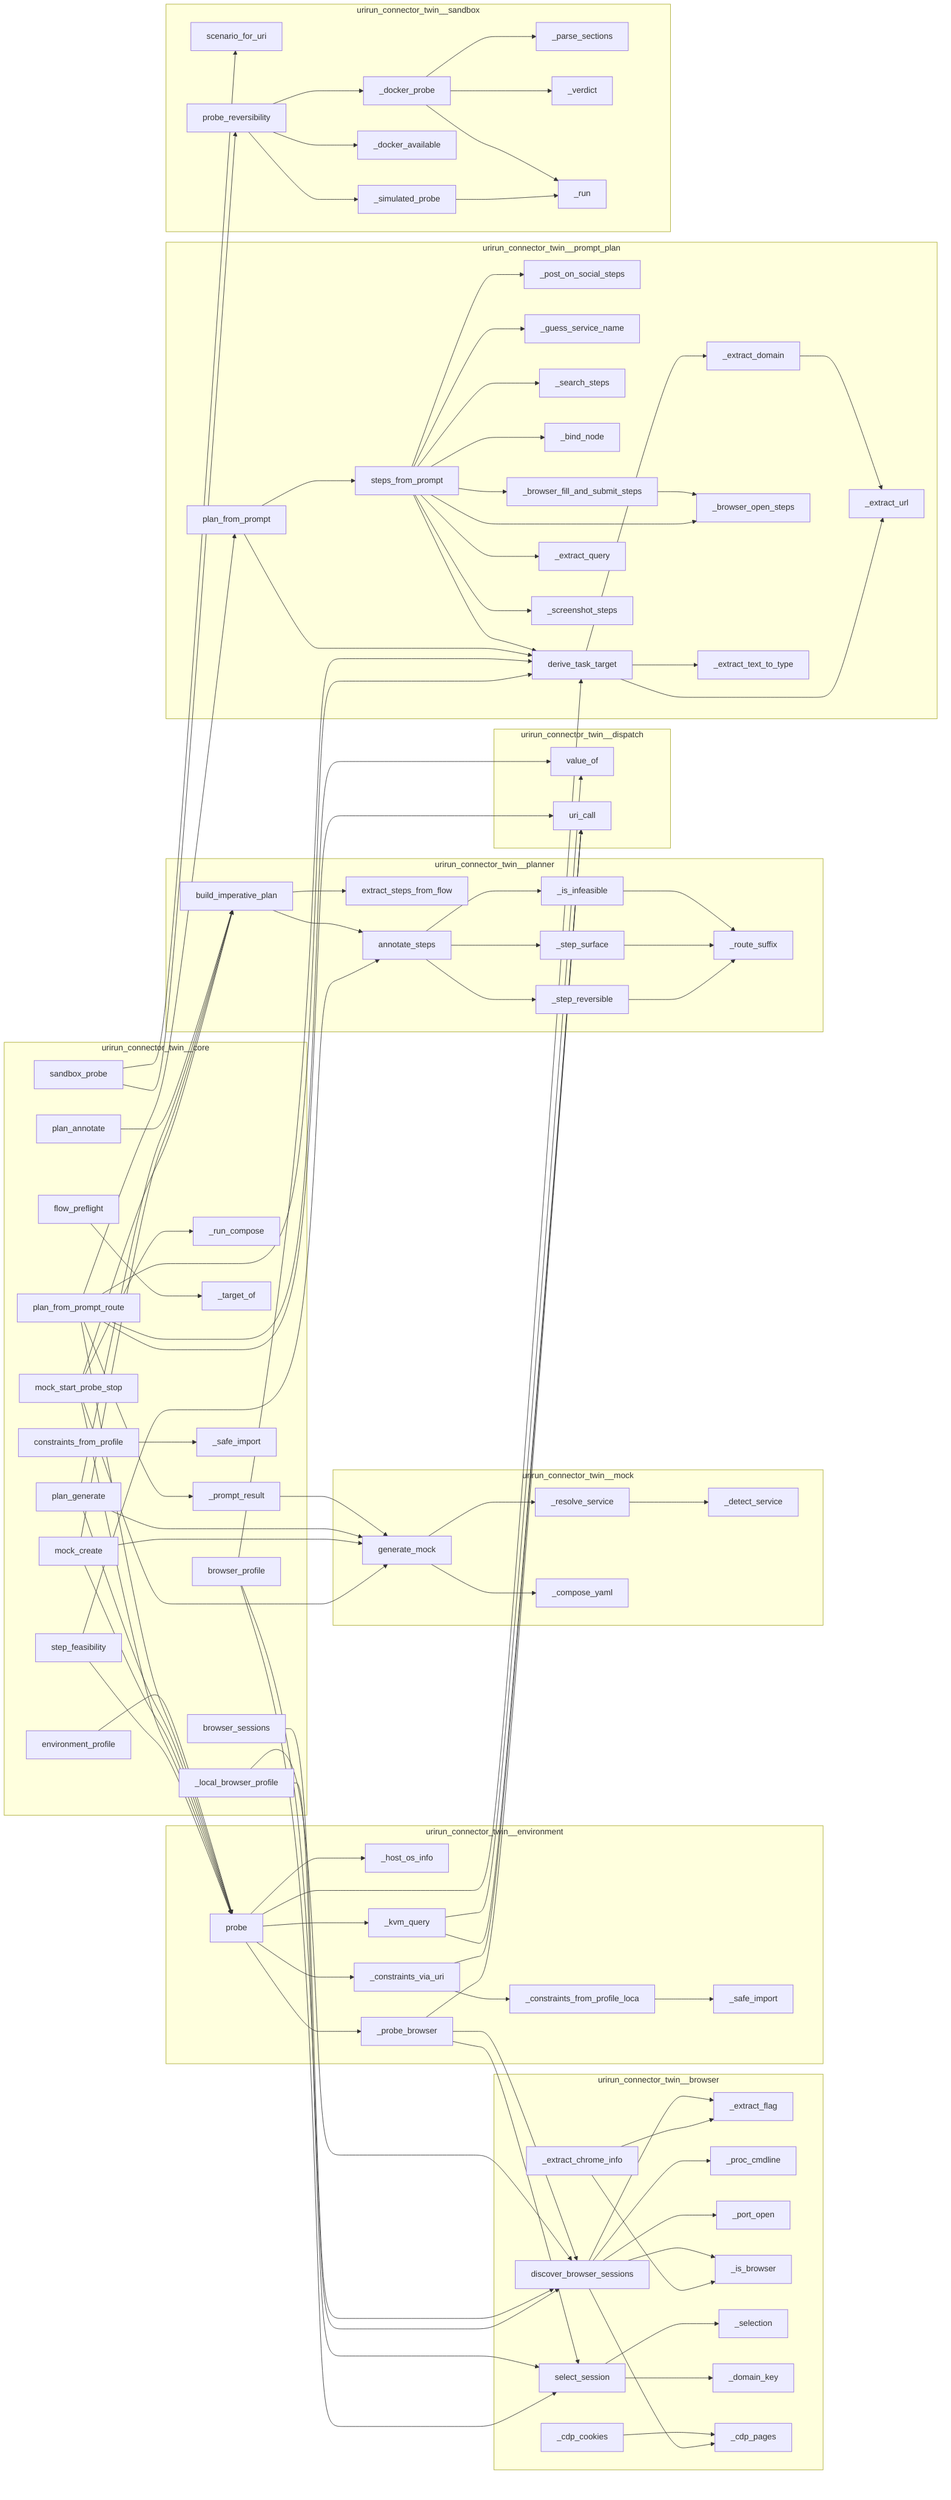
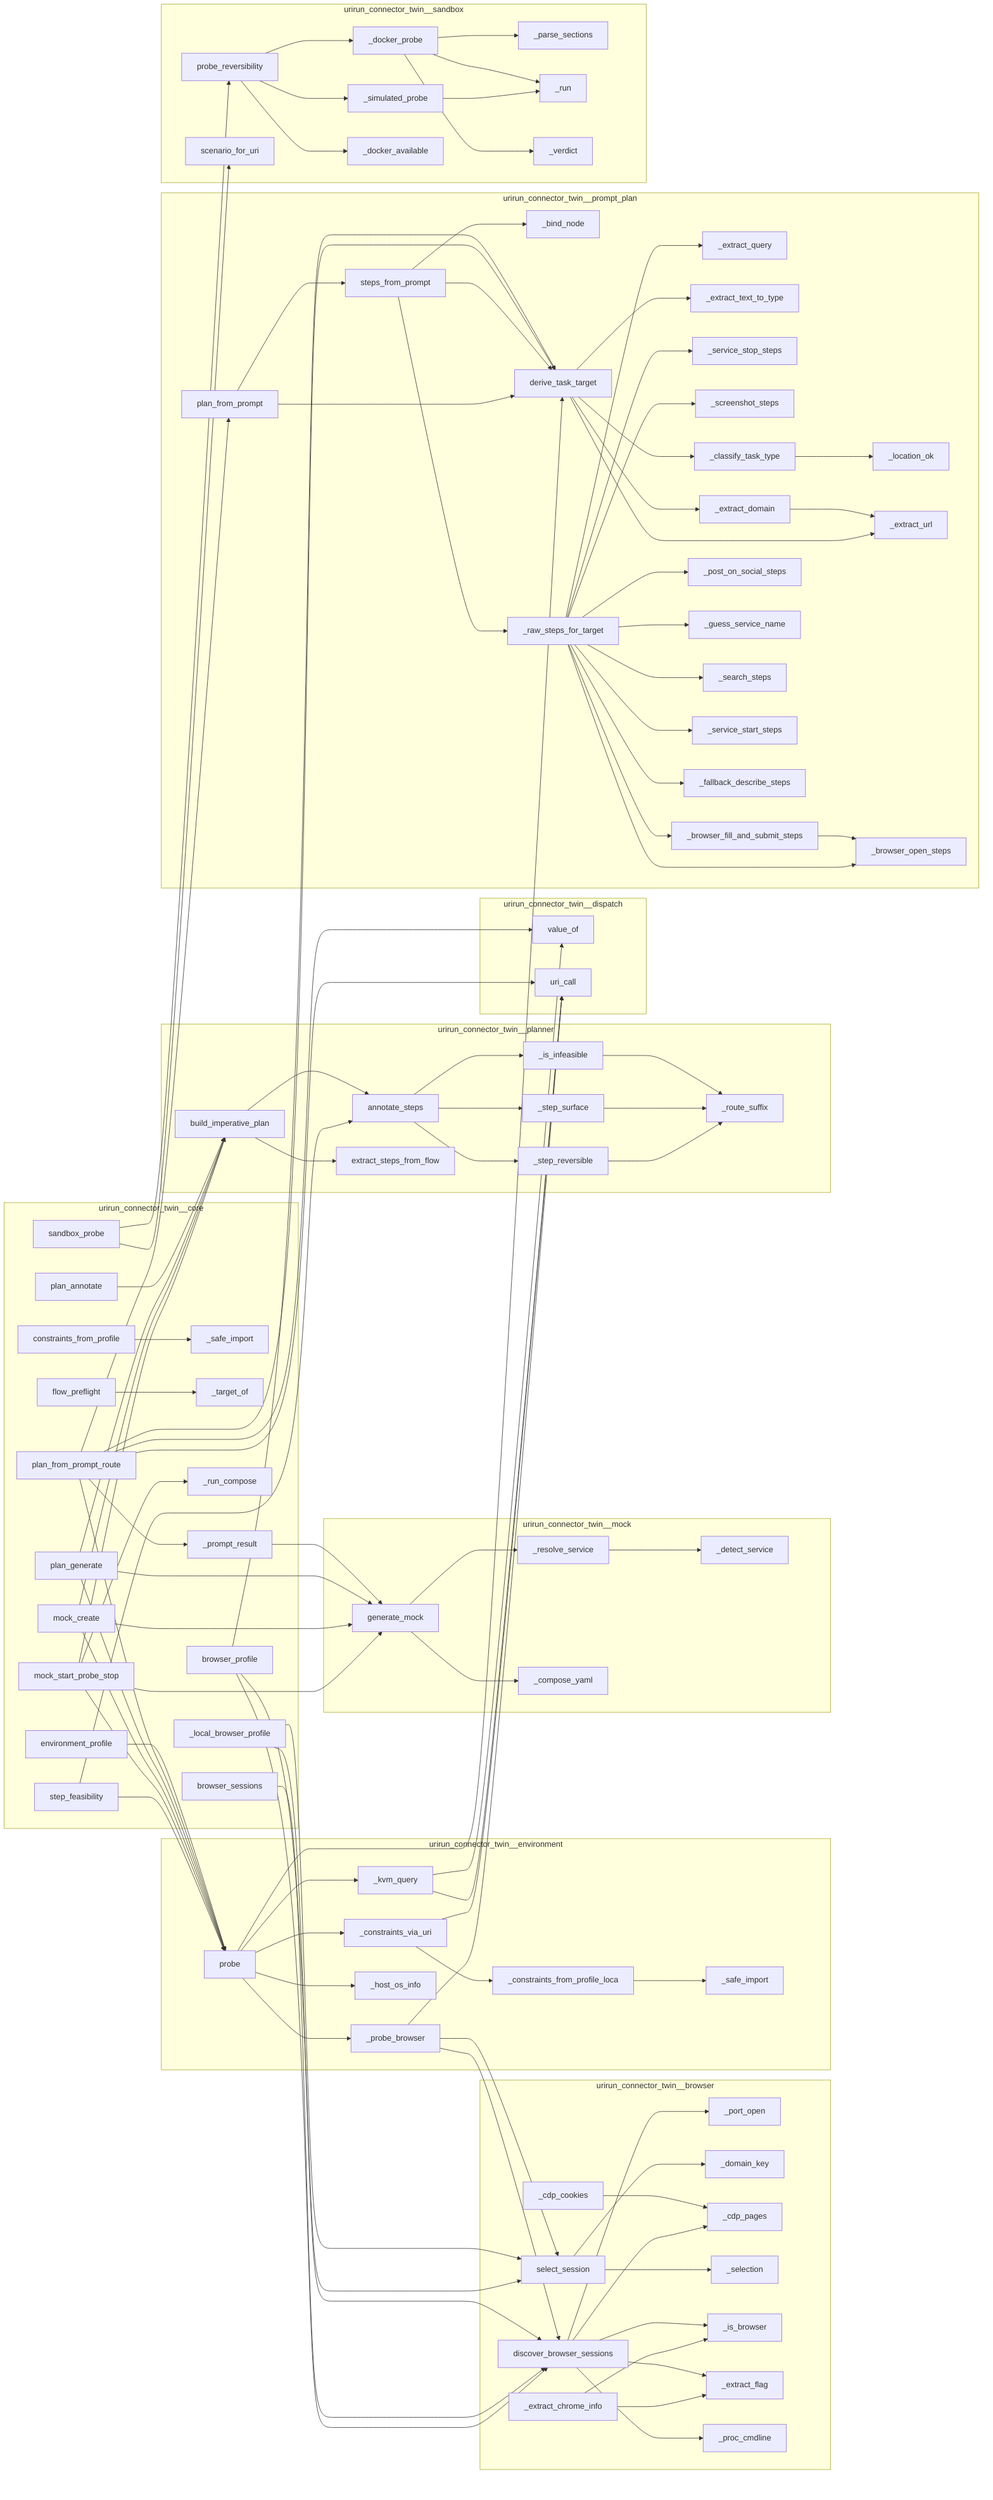
flowchart LR
%% generated in 0.00s
    subgraph urirun_connector_twin__browser
-         urirun_connector_twin__browser___extract_flag["_extract_flag"]
-         urirun_connector_twin__browser__discover_browser_sessions["discover_browser_sessions"]
-         urirun_connector_twin__browser___proc_cmdline["_proc_cmdline"]
+         urirun_connector_twin__browser___extract_chrome_info["_extract_chrome_info"]
+         urirun_connector_twin__browser__select_session["select_session"]
        urirun_connector_twin__browser___port_open["_port_open"]
-         urirun_connector_twin__browser___extract_chrome_info["_extract_chrome_info"]
-         urirun_connector_twin__browser___cdp_cookies["_cdp_cookies"]
-         urirun_connector_twin__browser__select_session["select_session"]
-         urirun_connector_twin__browser___is_browser["_is_browser"]
-         urirun_connector_twin__browser___selection["_selection"]
        urirun_connector_twin__browser___domain_key["_domain_key"]
        urirun_connector_twin__browser___cdp_pages["_cdp_pages"]
+         urirun_connector_twin__browser___selection["_selection"]
+         urirun_connector_twin__browser___is_browser["_is_browser"]
+         urirun_connector_twin__browser__discover_browser_sessions["discover_browser_sessions"]
+         urirun_connector_twin__browser___cdp_cookies["_cdp_cookies"]
+         urirun_connector_twin__browser___extract_flag["_extract_flag"]
+         urirun_connector_twin__browser___proc_cmdline["_proc_cmdline"]
    end
    subgraph urirun_connector_twin__core
-         urirun_connector_twin__core__mock_start_probe_stop["mock_start_probe_stop"]
+         urirun_connector_twin__core___safe_import["_safe_import"]
+         urirun_connector_twin__core__plan_from_prompt_route["plan_from_prompt_route"]
+         urirun_connector_twin__core___target_of["_target_of"]
+         urirun_connector_twin__core__environment_profile["environment_profile"]
        urirun_connector_twin__core__constraints_from_profile["constraints_from_profile"]
-         urirun_connector_twin__core__sandbox_probe["sandbox_probe"]
-         urirun_connector_twin__core__step_feasibility["step_feasibility"]
+         urirun_connector_twin__core__mock_create["mock_create"]
+         urirun_connector_twin__core___local_browser_profile["_local_browser_profile"]
+         urirun_connector_twin__core__browser_sessions["browser_sessions"]
+         urirun_connector_twin__core__browser_profile["browser_profile"]
        urirun_connector_twin__core__plan_annotate["plan_annotate"]
        urirun_connector_twin__core___run_compose["_run_compose"]
-         urirun_connector_twin__core__plan_from_prompt_route["plan_from_prompt_route"]
-         urirun_connector_twin__core__browser_profile["browser_profile"]
-         urirun_connector_twin__core___target_of["_target_of"]
-         urirun_connector_twin__core__browser_sessions["browser_sessions"]
-         urirun_connector_twin__core__environment_profile["environment_profile"]
+         urirun_connector_twin__core__mock_start_probe_stop["mock_start_probe_stop"]
+         urirun_connector_twin__core__sandbox_probe["sandbox_probe"]
        urirun_connector_twin__core__plan_generate["plan_generate"]
-         urirun_connector_twin__core___local_browser_profile["_local_browser_profile"]
+         urirun_connector_twin__core__flow_preflight["flow_preflight"]
+         urirun_connector_twin__core__step_feasibility["step_feasibility"]
        urirun_connector_twin__core___prompt_result["_prompt_result"]
-         urirun_connector_twin__core___safe_import["_safe_import"]
-         urirun_connector_twin__core__flow_preflight["flow_preflight"]
-         urirun_connector_twin__core__mock_create["mock_create"]
    end
    subgraph urirun_connector_twin__dispatch
        urirun_connector_twin__dispatch__value_of["value_of"]
        urirun_connector_twin__dispatch__uri_call["uri_call"]
    end
    subgraph urirun_connector_twin__environment
+         urirun_connector_twin__environment___probe_browser["_probe_browser"]
        urirun_connector_twin__environment___safe_import["_safe_import"]
+         urirun_connector_twin__environment___constraints_via_uri["_constraints_via_uri"]
+         urirun_connector_twin__environment___kvm_query["_kvm_query"]
        urirun_connector_twin__environment___host_os_info["_host_os_info"]
        urirun_connector_twin__environment___constraints_from_profile_local["_constraints_from_profile_loca"]
-         urirun_connector_twin__environment___probe_browser["_probe_browser"]
-         urirun_connector_twin__environment___kvm_query["_kvm_query"]
        urirun_connector_twin__environment__probe["probe"]
-         urirun_connector_twin__environment___constraints_via_uri["_constraints_via_uri"]
    end
    subgraph urirun_connector_twin__mock
        urirun_connector_twin__mock___resolve_service["_resolve_service"]
        urirun_connector_twin__mock__generate_mock["generate_mock"]
        urirun_connector_twin__mock___compose_yaml["_compose_yaml"]
        urirun_connector_twin__mock___detect_service["_detect_service"]
    end
    subgraph urirun_connector_twin__planner
+         urirun_connector_twin__planner__annotate_steps["annotate_steps"]
+         urirun_connector_twin__planner__extract_steps_from_flow["extract_steps_from_flow"]
+         urirun_connector_twin__planner___is_infeasible["_is_infeasible"]
        urirun_connector_twin__planner___step_surface["_step_surface"]
+         urirun_connector_twin__planner___step_reversible["_step_reversible"]
+         urirun_connector_twin__planner___route_suffix["_route_suffix"]
        urirun_connector_twin__planner__build_imperative_plan["build_imperative_plan"]
-         urirun_connector_twin__planner__extract_steps_from_flow["extract_steps_from_flow"]
-         urirun_connector_twin__planner___route_suffix["_route_suffix"]
-         urirun_connector_twin__planner___is_infeasible["_is_infeasible"]
-         urirun_connector_twin__planner__annotate_steps["annotate_steps"]
-         urirun_connector_twin__planner___step_reversible["_step_reversible"]
    end
    subgraph urirun_connector_twin__prompt_plan
+         urirun_connector_twin__prompt_plan___extract_query["_extract_query"]
+         urirun_connector_twin__prompt_plan___bind_node["_bind_node"]
+         urirun_connector_twin__prompt_plan___location_ok["_location_ok"]
+         urirun_connector_twin__prompt_plan___extract_text_to_type["_extract_text_to_type"]
+         urirun_connector_twin__prompt_plan___service_stop_steps["_service_stop_steps"]
+         urirun_connector_twin__prompt_plan___screenshot_steps["_screenshot_steps"]
+         urirun_connector_twin__prompt_plan___classify_task_type["_classify_task_type"]
        urirun_connector_twin__prompt_plan___extract_domain["_extract_domain"]
+         urirun_connector_twin__prompt_plan__derive_task_target["derive_task_target"]
+         urirun_connector_twin__prompt_plan___browser_fill_and_submit_steps["_browser_fill_and_submit_steps"]
        urirun_connector_twin__prompt_plan___post_on_social_steps["_post_on_social_steps"]
+         urirun_connector_twin__prompt_plan__plan_from_prompt["plan_from_prompt"]
        urirun_connector_twin__prompt_plan___guess_service_name["_guess_service_name"]
-         urirun_connector_twin__prompt_plan__steps_from_prompt["steps_from_prompt"]
        urirun_connector_twin__prompt_plan___search_steps["_search_steps"]
        urirun_connector_twin__prompt_plan___extract_url["_extract_url"]
+         urirun_connector_twin__prompt_plan___raw_steps_for_target["_raw_steps_for_target"]
+         urirun_connector_twin__prompt_plan___service_start_steps["_service_start_steps"]
+         urirun_connector_twin__prompt_plan___fallback_describe_steps["_fallback_describe_steps"]
+         urirun_connector_twin__prompt_plan__steps_from_prompt["steps_from_prompt"]
        urirun_connector_twin__prompt_plan___browser_open_steps["_browser_open_steps"]
-         urirun_connector_twin__prompt_plan___bind_node["_bind_node"]
-         urirun_connector_twin__prompt_plan__derive_task_target["derive_task_target"]
-         urirun_connector_twin__prompt_plan___browser_fill_and_submit_steps["_browser_fill_and_submit_steps"]
-         urirun_connector_twin__prompt_plan___extract_query["_extract_query"]
-         urirun_connector_twin__prompt_plan___screenshot_steps["_screenshot_steps"]
-         urirun_connector_twin__prompt_plan__plan_from_prompt["plan_from_prompt"]
-         urirun_connector_twin__prompt_plan___extract_text_to_type["_extract_text_to_type"]
    end
    subgraph urirun_connector_twin__sandbox
+         urirun_connector_twin__sandbox__probe_reversibility["probe_reversibility"]
        urirun_connector_twin__sandbox__scenario_for_uri["scenario_for_uri"]
+         urirun_connector_twin__sandbox___parse_sections["_parse_sections"]
+         urirun_connector_twin__sandbox___run["_run"]
        urirun_connector_twin__sandbox___simulated_probe["_simulated_probe"]
-         urirun_connector_twin__sandbox___parse_sections["_parse_sections"]
        urirun_connector_twin__sandbox___verdict["_verdict"]
-         urirun_connector_twin__sandbox___run["_run"]
+         urirun_connector_twin__sandbox___docker_probe["_docker_probe"]
        urirun_connector_twin__sandbox___docker_available["_docker_available"]
-         urirun_connector_twin__sandbox__probe_reversibility["probe_reversibility"]
-         urirun_connector_twin__sandbox___docker_probe["_docker_probe"]
    end
    urirun_connector_twin__sandbox___docker_probe --> urirun_connector_twin__sandbox___run
    urirun_connector_twin__sandbox___docker_probe --> urirun_connector_twin__sandbox___parse_sections
    urirun_connector_twin__sandbox___docker_probe --> urirun_connector_twin__sandbox___verdict
    urirun_connector_twin__sandbox___simulated_probe --> urirun_connector_twin__sandbox___run
    urirun_connector_twin__sandbox__probe_reversibility --> urirun_connector_twin__sandbox___docker_available
    urirun_connector_twin__sandbox__probe_reversibility --> urirun_connector_twin__sandbox___docker_probe
    urirun_connector_twin__sandbox__probe_reversibility --> urirun_connector_twin__sandbox___simulated_probe
    urirun_connector_twin__mock___resolve_service --> urirun_connector_twin__mock___detect_service
    urirun_connector_twin__mock__generate_mock --> urirun_connector_twin__mock___resolve_service
    urirun_connector_twin__mock__generate_mock --> urirun_connector_twin__mock___compose_yaml
-     urirun_connector_twin__planner___is_infeasible --> urirun_connector_twin__planner___route_suffix
-     urirun_connector_twin__planner___step_surface --> urirun_connector_twin__planner___route_suffix
-     urirun_connector_twin__planner___step_reversible --> urirun_connector_twin__planner___route_suffix
-     urirun_connector_twin__planner__annotate_steps --> urirun_connector_twin__planner___is_infeasible
-     urirun_connector_twin__planner__annotate_steps --> urirun_connector_twin__planner___step_reversible
-     urirun_connector_twin__planner__annotate_steps --> urirun_connector_twin__planner___step_surface
-     urirun_connector_twin__planner__build_imperative_plan --> urirun_connector_twin__planner__extract_steps_from_flow
-     urirun_connector_twin__planner__build_imperative_plan --> urirun_connector_twin__planner__annotate_steps
-     urirun_connector_twin__prompt_plan___extract_domain --> urirun_connector_twin__prompt_plan___extract_url
-     urirun_connector_twin__prompt_plan___browser_fill_and_submit_steps --> urirun_connector_twin__prompt_plan___browser_open_steps
-     urirun_connector_twin__prompt_plan__derive_task_target --> urirun_connector_twin__prompt_plan___extract_domain
-     urirun_connector_twin__prompt_plan__derive_task_target --> urirun_connector_twin__prompt_plan___extract_url
-     urirun_connector_twin__prompt_plan__derive_task_target --> urirun_connector_twin__prompt_plan___extract_text_to_type
-     urirun_connector_twin__prompt_plan__steps_from_prompt --> urirun_connector_twin__prompt_plan__derive_task_target
-     urirun_connector_twin__prompt_plan__steps_from_prompt --> urirun_connector_twin__prompt_plan___post_on_social_steps
-     urirun_connector_twin__prompt_plan__steps_from_prompt --> urirun_connector_twin__prompt_plan___bind_node
-     urirun_connector_twin__prompt_plan__steps_from_prompt --> urirun_connector_twin__prompt_plan___search_steps
-     urirun_connector_twin__prompt_plan__steps_from_prompt --> urirun_connector_twin__prompt_plan___extract_query
-     urirun_connector_twin__prompt_plan__steps_from_prompt --> urirun_connector_twin__prompt_plan___browser_fill_and_submit_steps
-     urirun_connector_twin__prompt_plan__steps_from_prompt --> urirun_connector_twin__prompt_plan___browser_open_steps
-     urirun_connector_twin__prompt_plan__steps_from_prompt --> urirun_connector_twin__prompt_plan___screenshot_steps
-     urirun_connector_twin__prompt_plan__steps_from_prompt --> urirun_connector_twin__prompt_plan___guess_service_name
-     urirun_connector_twin__prompt_plan__plan_from_prompt --> urirun_connector_twin__prompt_plan__derive_task_target
-     urirun_connector_twin__prompt_plan__plan_from_prompt --> urirun_connector_twin__prompt_plan__steps_from_prompt
-     urirun_connector_twin__environment___kvm_query --> urirun_connector_twin__dispatch__uri_call
-     urirun_connector_twin__environment___kvm_query --> urirun_connector_twin__dispatch__value_of
-     urirun_connector_twin__environment___constraints_from_profile_local --> urirun_connector_twin__environment___safe_import
-     urirun_connector_twin__environment___constraints_via_uri --> urirun_connector_twin__dispatch__uri_call
-     urirun_connector_twin__environment___constraints_via_uri --> urirun_connector_twin__environment___constraints_from_profile_local
-     urirun_connector_twin__environment___probe_browser --> urirun_connector_twin__dispatch__uri_call
-     urirun_connector_twin__environment___probe_browser --> urirun_connector_twin__browser__select_session
-     urirun_connector_twin__environment___probe_browser --> urirun_connector_twin__browser__discover_browser_sessions
-     urirun_connector_twin__environment__probe --> urirun_connector_twin__environment___host_os_info
-     urirun_connector_twin__environment__probe --> urirun_connector_twin__environment___constraints_via_uri
-     urirun_connector_twin__environment__probe --> urirun_connector_twin__environment___probe_browser
-     urirun_connector_twin__environment__probe --> urirun_connector_twin__environment___kvm_query
-     urirun_connector_twin__environment__probe --> urirun_connector_twin__prompt_plan__derive_task_target
    urirun_connector_twin__browser___cdp_cookies --> urirun_connector_twin__browser___cdp_pages
    urirun_connector_twin__browser__discover_browser_sessions --> urirun_connector_twin__browser___proc_cmdline
    urirun_connector_twin__browser__discover_browser_sessions --> urirun_connector_twin__browser___extract_flag
    urirun_connector_twin__browser__discover_browser_sessions --> urirun_connector_twin__browser___port_open
    urirun_connector_twin__browser__discover_browser_sessions --> urirun_connector_twin__browser___is_browser
    urirun_connector_twin__browser__discover_browser_sessions --> urirun_connector_twin__browser___cdp_pages
    urirun_connector_twin__browser__select_session --> urirun_connector_twin__browser___domain_key
    urirun_connector_twin__browser__select_session --> urirun_connector_twin__browser___selection
    urirun_connector_twin__browser___extract_chrome_info --> urirun_connector_twin__browser___extract_flag
    urirun_connector_twin__browser___extract_chrome_info --> urirun_connector_twin__browser___is_browser
+     urirun_connector_twin__planner___is_infeasible --> urirun_connector_twin__planner___route_suffix
+     urirun_connector_twin__planner___step_surface --> urirun_connector_twin__planner___route_suffix
+     urirun_connector_twin__planner___step_reversible --> urirun_connector_twin__planner___route_suffix
+     urirun_connector_twin__planner__annotate_steps --> urirun_connector_twin__planner___is_infeasible
+     urirun_connector_twin__planner__annotate_steps --> urirun_connector_twin__planner___step_reversible
+     urirun_connector_twin__planner__annotate_steps --> urirun_connector_twin__planner___step_surface
+     urirun_connector_twin__planner__build_imperative_plan --> urirun_connector_twin__planner__extract_steps_from_flow
+     urirun_connector_twin__planner__build_imperative_plan --> urirun_connector_twin__planner__annotate_steps
    urirun_connector_twin__core___local_browser_profile --> urirun_connector_twin__browser__discover_browser_sessions
    urirun_connector_twin__core___local_browser_profile --> urirun_connector_twin__browser__select_session
    urirun_connector_twin__core___prompt_result --> urirun_connector_twin__mock__generate_mock
    urirun_connector_twin__core__environment_profile --> urirun_connector_twin__environment__probe
    urirun_connector_twin__core__constraints_from_profile --> urirun_connector_twin__core___safe_import
    urirun_connector_twin__core__browser_sessions --> urirun_connector_twin__browser__discover_browser_sessions
    urirun_connector_twin__core__browser_profile --> urirun_connector_twin__browser__discover_browser_sessions
    urirun_connector_twin__core__browser_profile --> urirun_connector_twin__browser__select_session
    urirun_connector_twin__core__browser_profile --> urirun_connector_twin__prompt_plan__derive_task_target
    urirun_connector_twin__core__plan_from_prompt_route --> urirun_connector_twin__prompt_plan__derive_task_target
    urirun_connector_twin__core__plan_from_prompt_route --> urirun_connector_twin__prompt_plan__plan_from_prompt
    urirun_connector_twin__core__plan_from_prompt_route --> urirun_connector_twin__dispatch__uri_call
    urirun_connector_twin__core__plan_from_prompt_route --> urirun_connector_twin__core___prompt_result
    urirun_connector_twin__core__plan_from_prompt_route --> urirun_connector_twin__dispatch__value_of
    urirun_connector_twin__core__plan_from_prompt_route --> urirun_connector_twin__environment__probe
    urirun_connector_twin__core__plan_annotate --> urirun_connector_twin__planner__build_imperative_plan
    urirun_connector_twin__core__plan_generate --> urirun_connector_twin__environment__probe
    urirun_connector_twin__core__plan_generate --> urirun_connector_twin__planner__build_imperative_plan
    urirun_connector_twin__core__plan_generate --> urirun_connector_twin__mock__generate_mock
    urirun_connector_twin__core__mock_create --> urirun_connector_twin__environment__probe
    urirun_connector_twin__core__mock_create --> urirun_connector_twin__planner__build_imperative_plan
    urirun_connector_twin__core__mock_create --> urirun_connector_twin__mock__generate_mock
    urirun_connector_twin__core__mock_start_probe_stop --> urirun_connector_twin__environment__probe
    urirun_connector_twin__core__mock_start_probe_stop --> urirun_connector_twin__planner__build_imperative_plan
    urirun_connector_twin__core__mock_start_probe_stop --> urirun_connector_twin__mock__generate_mock
    urirun_connector_twin__core__mock_start_probe_stop --> urirun_connector_twin__core___run_compose
    urirun_connector_twin__core__step_feasibility --> urirun_connector_twin__environment__probe
    urirun_connector_twin__core__step_feasibility --> urirun_connector_twin__planner__annotate_steps
    urirun_connector_twin__core__sandbox_probe --> urirun_connector_twin__sandbox__probe_reversibility
    urirun_connector_twin__core__sandbox_probe --> urirun_connector_twin__sandbox__scenario_for_uri
    urirun_connector_twin__core__flow_preflight --> urirun_connector_twin__core___target_of
+     urirun_connector_twin__environment___kvm_query --> urirun_connector_twin__dispatch__uri_call
+     urirun_connector_twin__environment___kvm_query --> urirun_connector_twin__dispatch__value_of
+     urirun_connector_twin__environment___constraints_from_profile_local --> urirun_connector_twin__environment___safe_import
+     urirun_connector_twin__environment___constraints_via_uri --> urirun_connector_twin__dispatch__uri_call
+     urirun_connector_twin__environment___constraints_via_uri --> urirun_connector_twin__environment___constraints_from_profile_local
+     urirun_connector_twin__environment___probe_browser --> urirun_connector_twin__dispatch__uri_call
+     urirun_connector_twin__environment___probe_browser --> urirun_connector_twin__browser__select_session
+     urirun_connector_twin__environment___probe_browser --> urirun_connector_twin__browser__discover_browser_sessions
+     urirun_connector_twin__environment__probe --> urirun_connector_twin__environment___host_os_info
+     urirun_connector_twin__environment__probe --> urirun_connector_twin__environment___constraints_via_uri
+     urirun_connector_twin__environment__probe --> urirun_connector_twin__environment___probe_browser
+     urirun_connector_twin__environment__probe --> urirun_connector_twin__environment___kvm_query
+     urirun_connector_twin__environment__probe --> urirun_connector_twin__prompt_plan__derive_task_target
+     urirun_connector_twin__prompt_plan___extract_domain --> urirun_connector_twin__prompt_plan___extract_url
+     urirun_connector_twin__prompt_plan___browser_fill_and_submit_steps --> urirun_connector_twin__prompt_plan___browser_open_steps
+     urirun_connector_twin__prompt_plan___classify_task_type --> urirun_connector_twin__prompt_plan___location_ok
+     urirun_connector_twin__prompt_plan__derive_task_target --> urirun_connector_twin__prompt_plan___extract_domain
+     urirun_connector_twin__prompt_plan__derive_task_target --> urirun_connector_twin__prompt_plan___extract_url
+     urirun_connector_twin__prompt_plan__derive_task_target --> urirun_connector_twin__prompt_plan___extract_text_to_type
+     urirun_connector_twin__prompt_plan__derive_task_target --> urirun_connector_twin__prompt_plan___classify_task_type
+     urirun_connector_twin__prompt_plan___raw_steps_for_target --> urirun_connector_twin__prompt_plan___fallback_describe_steps
+     urirun_connector_twin__prompt_plan___raw_steps_for_target --> urirun_connector_twin__prompt_plan___post_on_social_steps
+     urirun_connector_twin__prompt_plan___raw_steps_for_target --> urirun_connector_twin__prompt_plan___search_steps
+     urirun_connector_twin__prompt_plan___raw_steps_for_target --> urirun_connector_twin__prompt_plan___browser_fill_and_submit_steps
+     urirun_connector_twin__prompt_plan___raw_steps_for_target --> urirun_connector_twin__prompt_plan___browser_open_steps
+     urirun_connector_twin__prompt_plan___raw_steps_for_target --> urirun_connector_twin__prompt_plan___screenshot_steps
+     urirun_connector_twin__prompt_plan___raw_steps_for_target --> urirun_connector_twin__prompt_plan___service_start_steps
+     urirun_connector_twin__prompt_plan___raw_steps_for_target --> urirun_connector_twin__prompt_plan___service_stop_steps
+     urirun_connector_twin__prompt_plan___raw_steps_for_target --> urirun_connector_twin__prompt_plan___extract_query
+     urirun_connector_twin__prompt_plan___raw_steps_for_target --> urirun_connector_twin__prompt_plan___guess_service_name
+     urirun_connector_twin__prompt_plan__steps_from_prompt --> urirun_connector_twin__prompt_plan___bind_node
+     urirun_connector_twin__prompt_plan__steps_from_prompt --> urirun_connector_twin__prompt_plan___raw_steps_for_target
+     urirun_connector_twin__prompt_plan__steps_from_prompt --> urirun_connector_twin__prompt_plan__derive_task_target
+     urirun_connector_twin__prompt_plan__plan_from_prompt --> urirun_connector_twin__prompt_plan__derive_task_target
+     urirun_connector_twin__prompt_plan__plan_from_prompt --> urirun_connector_twin__prompt_plan__steps_from_prompt
